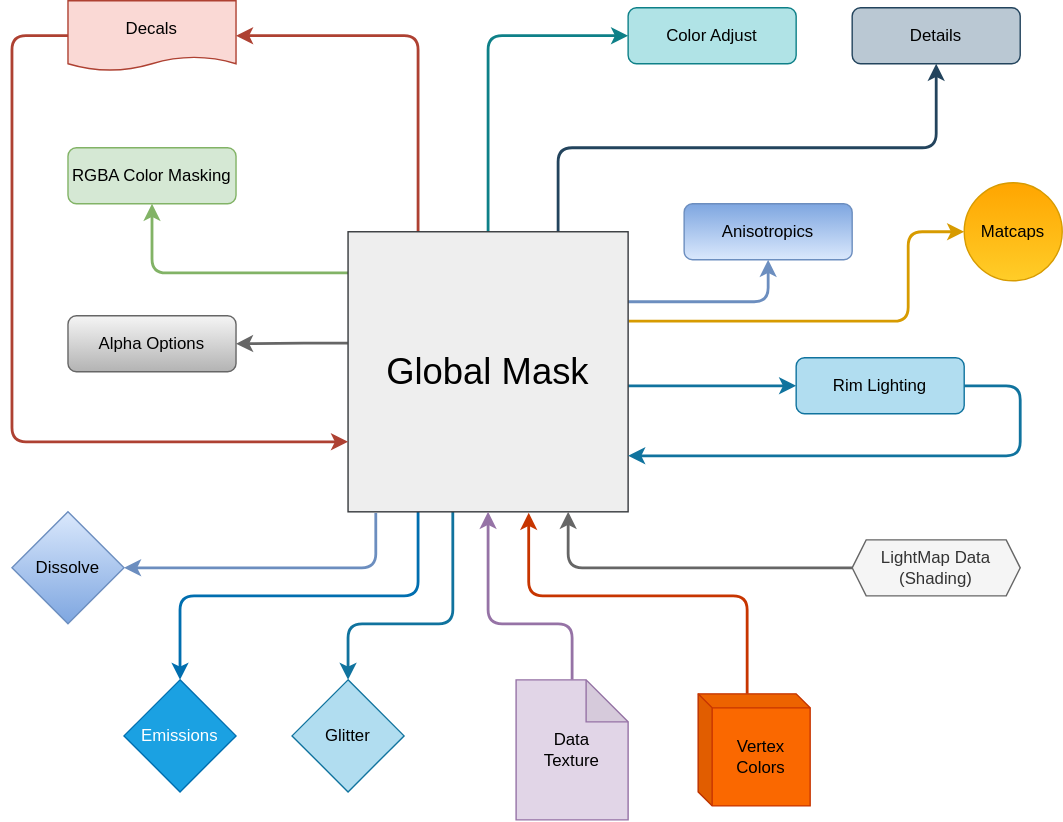
Earlier version of the draw.io export static/img/modifiers/GlobalMaskingConcept.drawio.svg (poiyomi/PoiyomiDocs). Source tidied: cells renumbered, new cells last; positions are measured from the earlier drawing's top-left corner, leaving out a move shared by most shapes. Its diagram source:
```xml
<mxGraphModel>
  <root>
    <mxCell id="0" />
    <mxCell id="1" parent="0" />
    <mxCell id="2" style="edgeStyle=orthogonalEdgeStyle;rounded=1;jettySize=auto;html=1;exitX=0.5;exitY=0;exitDx=0;exitDy=0;entryX=0;entryY=0.5;entryDx=0;entryDy=0;strokeWidth=2;fillColor=#b0e3e6;strokeColor=#0e8088;curved=0;" parent="1" edge="1" source="13" target="16">
      <mxGeometry relative="1" as="geometry" />
    </mxCell>
    <mxCell id="3" style="edgeStyle=orthogonalEdgeStyle;rounded=1;jettySize=auto;html=1;exitX=0.75;exitY=0;exitDx=0;exitDy=0;entryX=0.5;entryY=1;entryDx=0;entryDy=0;strokeWidth=2;fillColor=#bac8d3;strokeColor=#23445d;curved=0;" parent="1" edge="1" source="13" target="17">
      <mxGeometry relative="1" as="geometry" />
    </mxCell>
    <mxCell id="4" style="edgeStyle=orthogonalEdgeStyle;rounded=1;jettySize=auto;html=1;exitX=0.001;exitY=0.147;exitDx=0;exitDy=0;entryX=0.5;entryY=1;entryDx=0;entryDy=0;strokeWidth=2;exitPerimeter=0;fillColor=#d5e8d4;strokeColor=#82b366;curved=0;" parent="1" edge="1" source="13" target="15">
      <mxGeometry relative="1" as="geometry" />
    </mxCell>
    <mxCell id="5" style="edgeStyle=orthogonalEdgeStyle;rounded=1;jettySize=auto;html=1;exitX=1;exitY=0.25;exitDx=0;exitDy=0;entryX=0.5;entryY=1;entryDx=0;entryDy=0;strokeWidth=2;fillColor=#dae8fc;gradientColor=#7ea6e0;strokeColor=#6c8ebf;curved=0;" parent="1" edge="1" source="13" target="22">
      <mxGeometry relative="1" as="geometry" />
    </mxCell>
    <mxCell id="6" style="edgeStyle=orthogonalEdgeStyle;rounded=1;jettySize=auto;html=1;entryX=0;entryY=0.5;entryDx=0;entryDy=0;strokeWidth=2;fillColor=#b1ddf0;strokeColor=#10739e;curved=0;" parent="1" edge="1" source="13" target="24">
      <mxGeometry relative="1" as="geometry">
        <Array as="points">
          <mxPoint x="480" y="275" />
          <mxPoint x="480" y="275" />
        </Array>
      </mxGeometry>
    </mxCell>
    <mxCell id="7" style="edgeStyle=orthogonalEdgeStyle;rounded=1;jettySize=auto;html=1;exitX=0.25;exitY=0;exitDx=0;exitDy=0;entryX=1;entryY=0.5;entryDx=0;entryDy=0;strokeWidth=2;fillColor=#fad9d5;strokeColor=#ae4132;endArrow=classic;endFill=1;curved=0;" parent="1" edge="1" source="13" target="25">
      <mxGeometry relative="1" as="geometry" />
    </mxCell>
    <mxCell id="8" style="edgeStyle=orthogonalEdgeStyle;rounded=1;jettySize=auto;html=1;exitX=1.002;exitY=0.319;exitDx=0;exitDy=0;entryX=0;entryY=0.5;entryDx=0;entryDy=0;strokeWidth=2;exitPerimeter=0;fillColor=#ffcd28;gradientColor=#ffa500;strokeColor=#d79b00;curved=0;" parent="1" edge="1" source="13" target="26">
      <mxGeometry relative="1" as="geometry">
        <Array as="points">
          <mxPoint x="640" y="229" />
          <mxPoint x="640" y="165" />
        </Array>
      </mxGeometry>
    </mxCell>
    <mxCell id="9" style="edgeStyle=orthogonalEdgeStyle;rounded=1;jettySize=auto;html=1;exitX=0.099;exitY=1.004;exitDx=0;exitDy=0;entryX=1;entryY=0.5;entryDx=0;entryDy=0;strokeWidth=2;fillColor=#dae8fc;gradientColor=#7ea6e0;strokeColor=#6c8ebf;exitPerimeter=0;curved=0;" parent="1" edge="1" source="13" target="28">
      <mxGeometry relative="1" as="geometry" />
    </mxCell>
    <mxCell id="10" style="edgeStyle=orthogonalEdgeStyle;rounded=1;jettySize=auto;html=1;exitX=0.25;exitY=1;exitDx=0;exitDy=0;entryX=0.5;entryY=0;entryDx=0;entryDy=0;strokeWidth=2;fillColor=#1ba1e2;strokeColor=#006EAF;curved=0;" parent="1" edge="1" source="13" target="29">
      <mxGeometry relative="1" as="geometry">
        <Array as="points">
          <mxPoint x="290" y="425" />
          <mxPoint x="120" y="425" />
        </Array>
      </mxGeometry>
    </mxCell>
    <mxCell id="11" style="edgeStyle=orthogonalEdgeStyle;rounded=1;jettySize=auto;html=1;exitX=0.374;exitY=1;exitDx=0;exitDy=0;entryX=0.5;entryY=0;entryDx=0;entryDy=0;strokeWidth=2;exitPerimeter=0;fillColor=#b1ddf0;strokeColor=#10739e;curved=0;" parent="1" edge="1" source="13" target="30">
      <mxGeometry relative="1" as="geometry">
        <Array as="points">
          <mxPoint x="315" y="445" />
          <mxPoint x="240" y="445" />
        </Array>
      </mxGeometry>
    </mxCell>
    <mxCell id="12" style="edgeStyle=orthogonalEdgeStyle;rounded=1;jettySize=auto;html=1;exitX=-0.001;exitY=0.398;exitDx=0;exitDy=0;entryX=1;entryY=0.5;entryDx=0;entryDy=0;exitPerimeter=0;fillColor=#f5f5f5;gradientColor=#b3b3b3;strokeColor=#666666;strokeWidth=2;curved=0;" parent="1" edge="1" source="13" target="20">
      <mxGeometry relative="1" as="geometry" />
    </mxCell>
    <mxCell id="13" value="&lt;p&gt;&lt;font style=&quot;font-size: 26px;&quot;&gt;Global Mask&lt;/font&gt;&lt;/p&gt;" style="whiteSpace=wrap;html=1;fillColor=#eeeeee;strokeColor=#36393d;" parent="1" vertex="1">
      <mxGeometry x="240" y="165" width="200" height="200" as="geometry" />
    </mxCell>
    <mxCell id="14" style="edgeStyle=orthogonalEdgeStyle;rounded=1;jettySize=auto;html=1;entryX=0;entryY=0.75;entryDx=0;entryDy=0;strokeWidth=2;exitX=0;exitY=0.5;exitDx=0;exitDy=0;fillColor=#fad9d5;strokeColor=#ae4132;curved=0;startArrow=none;startFill=0;" parent="1" edge="1" source="25" target="13">
      <mxGeometry relative="1" as="geometry">
        <Array as="points">
          <mxPoint x="40" y="25" />
          <mxPoint y="25" />
          <mxPoint y="315" />
        </Array>
      </mxGeometry>
    </mxCell>
    <mxCell id="15" value="RGBA Color Masking" style="rounded=1;whiteSpace=wrap;html=1;fillColor=#d5e8d4;strokeColor=#82b366;" parent="1" vertex="1">
      <mxGeometry x="40" y="105" width="120" height="40" as="geometry" />
    </mxCell>
    <mxCell id="16" value="Color Adjust" style="rounded=1;whiteSpace=wrap;html=1;fillColor=#b0e3e6;strokeColor=#0e8088;" parent="1" vertex="1">
      <mxGeometry x="440" y="5" width="120" height="40" as="geometry" />
    </mxCell>
    <mxCell id="17" value="Details" style="rounded=1;whiteSpace=wrap;html=1;fillColor=#bac8d3;strokeColor=#23445d;" parent="1" vertex="1">
      <mxGeometry x="600" y="5" width="120" height="40" as="geometry" />
    </mxCell>
    <mxCell id="18" style="edgeStyle=orthogonalEdgeStyle;rounded=1;jettySize=auto;html=1;entryX=0.5;entryY=1;entryDx=0;entryDy=0;strokeWidth=2;exitX=0.5;exitY=0;exitDx=0;exitDy=0;exitPerimeter=0;fillColor=#e1d5e7;strokeColor=#9673a6;curved=0;" parent="1" edge="1" source="19" target="13">
      <mxGeometry relative="1" as="geometry">
        <Array as="points">
          <mxPoint x="400" y="445" />
          <mxPoint x="340" y="445" />
        </Array>
      </mxGeometry>
    </mxCell>
    <mxCell id="19" value="&lt;div&gt;Data&lt;/div&gt;&lt;div&gt;Texture&lt;/div&gt;" style="shape=note;whiteSpace=wrap;html=1;backgroundOutline=1;darkOpacity=0.05;fillColor=#e1d5e7;strokeColor=#9673a6;" parent="1" vertex="1">
      <mxGeometry x="360" y="485" width="80" height="100" as="geometry" />
    </mxCell>
    <mxCell id="20" value="Alpha Options" style="rounded=1;whiteSpace=wrap;html=1;fillColor=#f5f5f5;gradientColor=#b3b3b3;strokeColor=#666666;" parent="1" vertex="1">
      <mxGeometry x="40" y="225" width="120" height="40" as="geometry" />
    </mxCell>
    <mxCell id="21" style="edgeStyle=orthogonalEdgeStyle;rounded=1;jettySize=auto;html=1;entryX=0.786;entryY=0.997;entryDx=0;entryDy=0;strokeWidth=2;exitX=0;exitY=0.5;exitDx=0;exitDy=0;fillColor=#f5f5f5;strokeColor=#666666;curved=0;entryPerimeter=0;startArrow=none;startFill=0;" parent="1" edge="1" source="27">
      <mxGeometry relative="1" as="geometry">
        <mxPoint x="397.2" y="365" as="targetPoint" />
        <Array as="points">
          <mxPoint x="397" y="405" />
        </Array>
      </mxGeometry>
    </mxCell>
    <mxCell id="22" value="Anisotropics" style="rounded=1;whiteSpace=wrap;html=1;fillColor=#dae8fc;strokeColor=#6c8ebf;gradientColor=#7ea6e0;gradientDirection=north;" parent="1" vertex="1">
      <mxGeometry x="480" y="145" width="120" height="40" as="geometry" />
    </mxCell>
    <mxCell id="23" style="edgeStyle=orthogonalEdgeStyle;rounded=1;jettySize=auto;html=1;entryX=1;entryY=0.75;entryDx=0;entryDy=0;exitX=1;exitY=0.5;exitDx=0;exitDy=0;strokeWidth=2;fillColor=#b1ddf0;strokeColor=#10739e;curved=0;startArrow=none;startFill=0;" parent="1" edge="1" source="24">
      <mxGeometry relative="1" as="geometry">
        <mxPoint x="440" y="325" as="targetPoint" />
        <Array as="points">
          <mxPoint x="720" y="275" />
          <mxPoint x="720" y="325" />
        </Array>
      </mxGeometry>
    </mxCell>
    <mxCell id="24" value="Rim Lighting" style="rounded=1;whiteSpace=wrap;html=1;fillColor=#b1ddf0;strokeColor=#10739e;" parent="1" vertex="1">
      <mxGeometry x="560" y="255" width="120" height="40" as="geometry" />
    </mxCell>
    <mxCell id="25" value="Decals" style="shape=document;whiteSpace=wrap;html=1;boundedLbl=1;size=0.2;fillColor=#fad9d5;strokeColor=#ae4132;" parent="1" vertex="1">
      <mxGeometry x="40" width="120" height="50" as="geometry" />
    </mxCell>
    <mxCell id="26" value="Matcaps" style="ellipse;whiteSpace=wrap;html=1;fillColor=#ffcd28;gradientColor=#ffa500;strokeColor=#d79b00;gradientDirection=north;" parent="1" vertex="1">
      <mxGeometry x="680" y="130" width="70" height="70" as="geometry" />
    </mxCell>
    <mxCell id="27" value="&lt;div&gt;LightMap Data&lt;/div&gt;&lt;div&gt;(Shading)&lt;/div&gt;" style="shape=hexagon;perimeter=hexagonPerimeter2;whiteSpace=wrap;html=1;fixedSize=1;size=10;fillColor=#f5f5f5;strokeColor=#666666;fontColor=#333333;" parent="1" vertex="1">
      <mxGeometry x="600" y="385" width="120" height="40" as="geometry" />
    </mxCell>
    <mxCell id="28" value="Dissolve" style="rhombus;whiteSpace=wrap;html=1;fillColor=#dae8fc;gradientColor=#7ea6e0;strokeColor=#6c8ebf;" parent="1" vertex="1">
      <mxGeometry y="365" width="80" height="80" as="geometry" />
    </mxCell>
    <mxCell id="29" value="Emissions" style="rhombus;whiteSpace=wrap;html=1;fillColor=#1ba1e2;fontColor=#ffffff;strokeColor=#006EAF;" parent="1" vertex="1">
      <mxGeometry x="80" y="485" width="80" height="80" as="geometry" />
    </mxCell>
    <mxCell id="30" value="Glitter" style="rhombus;whiteSpace=wrap;html=1;fillColor=#b1ddf0;strokeColor=#10739e;" parent="1" vertex="1">
      <mxGeometry x="200" y="485" width="80" height="80" as="geometry" />
    </mxCell>
    <mxCell id="31" value="Vertex Colors" style="shape=cube;whiteSpace=wrap;html=1;boundedLbl=1;backgroundOutline=1;darkOpacity=0.05;darkOpacity2=0.1;size=10;fillColor=#fa6800;strokeColor=#C73500;fontColor=#000000;" parent="1" vertex="1">
      <mxGeometry x="490" y="495" width="80" height="80" as="geometry" />
    </mxCell>
    <mxCell id="32" style="edgeStyle=orthogonalEdgeStyle;rounded=1;jettySize=auto;html=1;exitX=0;exitY=0;exitDx=35;exitDy=0;exitPerimeter=0;entryX=0.645;entryY=1.003;entryDx=0;entryDy=0;entryPerimeter=0;strokeWidth=2;fillColor=#fa6800;strokeColor=#C73500;curved=0;" parent="1" edge="1" source="31" target="13">
      <mxGeometry relative="1" as="geometry">
        <Array as="points">
          <mxPoint x="525" y="425" />
          <mxPoint x="369" y="425" />
        </Array>
      </mxGeometry>
    </mxCell>
  </root>
</mxGraphModel>
```
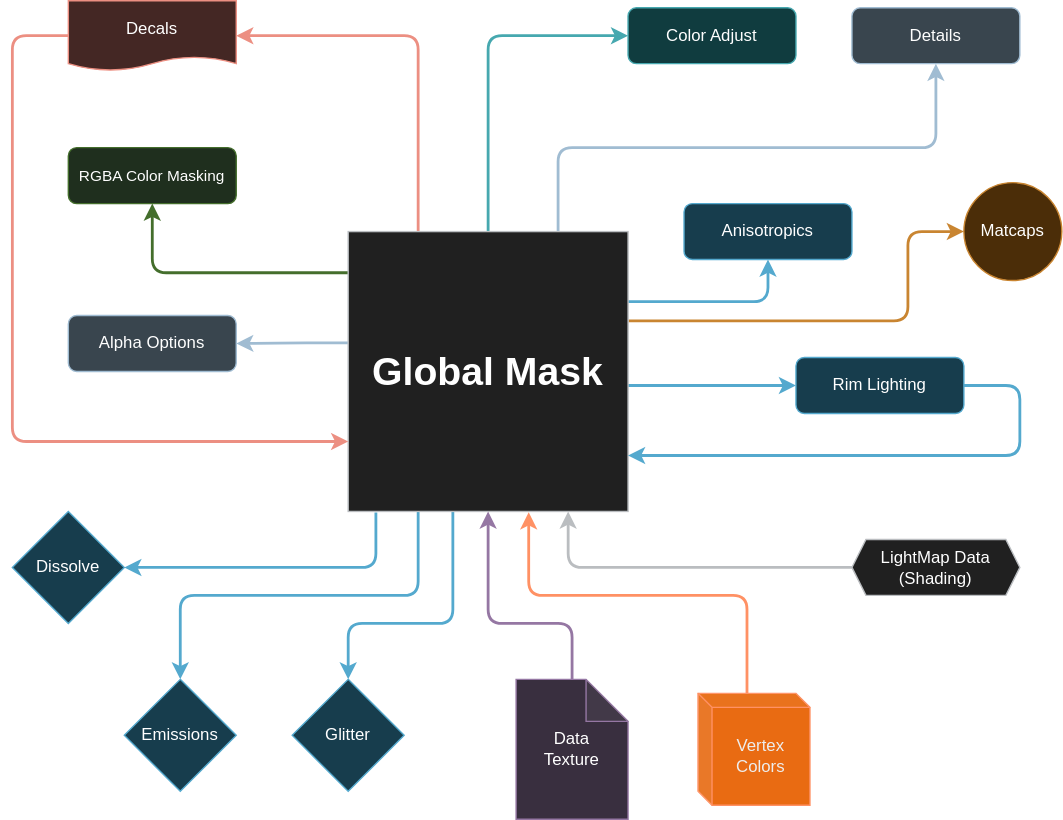
After the commit.

Commit message:
Fixed colors in diagram svg

Diff of the diagram source:
```diff
@@ -11,7 +11,7 @@
     <mxCell id="4" style="edgeStyle=orthogonalEdgeStyle;rounded=1;jettySize=auto;html=1;exitX=0.001;exitY=0.147;exitDx=0;exitDy=0;entryX=0.5;entryY=1;entryDx=0;entryDy=0;strokeWidth=2;exitPerimeter=0;fillColor=#d5e8d4;strokeColor=#82b366;curved=0;" parent="1" edge="1" source="13" target="15">
       <mxGeometry relative="1" as="geometry" />
     </mxCell>
-    <mxCell id="5" style="edgeStyle=orthogonalEdgeStyle;rounded=1;jettySize=auto;html=1;exitX=1;exitY=0.25;exitDx=0;exitDy=0;entryX=0.5;entryY=1;entryDx=0;entryDy=0;strokeWidth=2;fillColor=#dae8fc;gradientColor=#7ea6e0;strokeColor=#6c8ebf;curved=0;" parent="1" edge="1" source="13" target="22">
+    <mxCell id="5" style="edgeStyle=orthogonalEdgeStyle;rounded=1;jettySize=auto;html=1;exitX=1;exitY=0.25;exitDx=0;exitDy=0;entryX=0.5;entryY=1;entryDx=0;entryDy=0;strokeWidth=2;fillColor=#b1ddf0;strokeColor=#10739e;curved=0;" parent="1" edge="1" source="13" target="22">
       <mxGeometry relative="1" as="geometry" />
     </mxCell>
     <mxCell id="6" style="edgeStyle=orthogonalEdgeStyle;rounded=1;jettySize=auto;html=1;entryX=0;entryY=0.5;entryDx=0;entryDy=0;strokeWidth=2;fillColor=#b1ddf0;strokeColor=#10739e;curved=0;" parent="1" edge="1" source="13" target="24">
@@ -25,7 +25,7 @@
     <mxCell id="7" style="edgeStyle=orthogonalEdgeStyle;rounded=1;jettySize=auto;html=1;exitX=0.25;exitY=0;exitDx=0;exitDy=0;entryX=1;entryY=0.5;entryDx=0;entryDy=0;strokeWidth=2;fillColor=#fad9d5;strokeColor=#ae4132;endArrow=classic;endFill=1;curved=0;" parent="1" edge="1" source="13" target="25">
       <mxGeometry relative="1" as="geometry" />
     </mxCell>
-    <mxCell id="8" style="edgeStyle=orthogonalEdgeStyle;rounded=1;jettySize=auto;html=1;exitX=1.002;exitY=0.319;exitDx=0;exitDy=0;entryX=0;entryY=0.5;entryDx=0;entryDy=0;strokeWidth=2;exitPerimeter=0;fillColor=#ffcd28;gradientColor=#ffa500;strokeColor=#d79b00;curved=0;" parent="1" edge="1" source="13" target="26">
+    <mxCell id="8" style="edgeStyle=orthogonalEdgeStyle;rounded=1;jettySize=auto;html=1;exitX=1.002;exitY=0.319;exitDx=0;exitDy=0;entryX=0;entryY=0.5;entryDx=0;entryDy=0;strokeWidth=2;exitPerimeter=0;fillColor=#fad7ac;strokeColor=#b46504;curved=0;" parent="1" edge="1" source="13" target="26">
       <mxGeometry relative="1" as="geometry">
         <Array as="points">
           <mxPoint x="640" y="229" />
@@ -33,10 +33,10 @@
         </Array>
       </mxGeometry>
     </mxCell>
-    <mxCell id="9" style="edgeStyle=orthogonalEdgeStyle;rounded=1;jettySize=auto;html=1;exitX=0.099;exitY=1.004;exitDx=0;exitDy=0;entryX=1;entryY=0.5;entryDx=0;entryDy=0;strokeWidth=2;fillColor=#dae8fc;gradientColor=#7ea6e0;strokeColor=#6c8ebf;exitPerimeter=0;curved=0;" parent="1" edge="1" source="13" target="28">
+    <mxCell id="9" style="edgeStyle=orthogonalEdgeStyle;rounded=1;jettySize=auto;html=1;exitX=0.099;exitY=1.004;exitDx=0;exitDy=0;entryX=1;entryY=0.5;entryDx=0;entryDy=0;strokeWidth=2;fillColor=#b1ddf0;strokeColor=#10739e;exitPerimeter=0;curved=0;" parent="1" edge="1" source="13" target="28">
       <mxGeometry relative="1" as="geometry" />
     </mxCell>
-    <mxCell id="10" style="edgeStyle=orthogonalEdgeStyle;rounded=1;jettySize=auto;html=1;exitX=0.25;exitY=1;exitDx=0;exitDy=0;entryX=0.5;entryY=0;entryDx=0;entryDy=0;strokeWidth=2;fillColor=#1ba1e2;strokeColor=#006EAF;curved=0;" parent="1" edge="1" source="13" target="29">
+    <mxCell id="10" style="edgeStyle=orthogonalEdgeStyle;rounded=1;jettySize=auto;html=1;exitX=0.25;exitY=1;exitDx=0;exitDy=0;entryX=0.5;entryY=0;entryDx=0;entryDy=0;strokeWidth=2;fillColor=#b1ddf0;strokeColor=#10739e;curved=0;" parent="1" edge="1" source="13" target="29">
       <mxGeometry relative="1" as="geometry">
         <Array as="points">
           <mxPoint x="290" y="425" />
@@ -52,10 +52,10 @@
         </Array>
       </mxGeometry>
     </mxCell>
-    <mxCell id="12" style="edgeStyle=orthogonalEdgeStyle;rounded=1;jettySize=auto;html=1;exitX=-0.001;exitY=0.398;exitDx=0;exitDy=0;entryX=1;entryY=0.5;entryDx=0;entryDy=0;exitPerimeter=0;fillColor=#f5f5f5;gradientColor=#b3b3b3;strokeColor=#666666;strokeWidth=2;curved=0;" parent="1" edge="1" source="13" target="20">
+    <mxCell id="12" style="edgeStyle=orthogonalEdgeStyle;rounded=1;jettySize=auto;html=1;exitX=-0.001;exitY=0.398;exitDx=0;exitDy=0;entryX=1;entryY=0.5;entryDx=0;entryDy=0;exitPerimeter=0;fillColor=#bac8d3;strokeColor=#23445d;strokeWidth=2;curved=0;" parent="1" edge="1" source="13" target="20">
       <mxGeometry relative="1" as="geometry" />
     </mxCell>
-    <mxCell id="13" value="&lt;p&gt;&lt;font style=&quot;font-size: 26px;&quot;&gt;Global Mask&lt;/font&gt;&lt;/p&gt;" style="whiteSpace=wrap;html=1;fillColor=#eeeeee;strokeColor=#36393d;" parent="1" vertex="1">
+    <mxCell id="13" value="&lt;p align=&quot;center&quot;&gt;&lt;font style=&quot;font-size: 28px;&quot;&gt;&lt;b&gt;Global Mask&lt;/b&gt;&lt;/font&gt;&lt;/p&gt;" style="html=1;fillColor=#eeeeee;strokeColor=#36393d;align=center;spacing=2;whiteSpace=wrap;verticalAlign=middle;" parent="1" vertex="1">
       <mxGeometry x="240" y="165" width="200" height="200" as="geometry" />
     </mxCell>
     <mxCell id="14" style="edgeStyle=orthogonalEdgeStyle;rounded=1;jettySize=auto;html=1;entryX=0;entryY=0.75;entryDx=0;entryDy=0;strokeWidth=2;exitX=0;exitY=0.5;exitDx=0;exitDy=0;fillColor=#fad9d5;strokeColor=#ae4132;curved=0;startArrow=none;startFill=0;" parent="1" edge="1" source="25" target="13">
@@ -67,10 +67,10 @@
         </Array>
       </mxGeometry>
     </mxCell>
-    <mxCell id="15" value="RGBA Color Masking" style="rounded=1;whiteSpace=wrap;html=1;fillColor=#d5e8d4;strokeColor=#82b366;" parent="1" vertex="1">
+    <mxCell id="15" value="RGBA Color Masking" style="rounded=1;whiteSpace=wrap;html=1;fillColor=#d5e8d4;strokeColor=#82b366;fontSize=11;" parent="1" vertex="1">
       <mxGeometry x="40" y="105" width="120" height="40" as="geometry" />
     </mxCell>
-    <mxCell id="16" value="Color Adjust" style="rounded=1;whiteSpace=wrap;html=1;fillColor=#b0e3e6;strokeColor=#0e8088;" parent="1" vertex="1">
+    <mxCell id="16" value="Color Adjust" style="rounded=1;whiteSpace=wrap;html=1;fillColor=#b0e3e6;strokeColor=#0e8088;fillStyle=auto;" parent="1" vertex="1">
       <mxGeometry x="440" y="5" width="120" height="40" as="geometry" />
     </mxCell>
     <mxCell id="17" value="Details" style="rounded=1;whiteSpace=wrap;html=1;fillColor=#bac8d3;strokeColor=#23445d;" parent="1" vertex="1">
@@ -87,10 +87,10 @@
     <mxCell id="19" value="&lt;div&gt;Data&lt;/div&gt;&lt;div&gt;Texture&lt;/div&gt;" style="shape=note;whiteSpace=wrap;html=1;backgroundOutline=1;darkOpacity=0.05;fillColor=#e1d5e7;strokeColor=#9673a6;" parent="1" vertex="1">
       <mxGeometry x="360" y="485" width="80" height="100" as="geometry" />
     </mxCell>
-    <mxCell id="20" value="Alpha Options" style="rounded=1;whiteSpace=wrap;html=1;fillColor=#f5f5f5;gradientColor=#b3b3b3;strokeColor=#666666;" parent="1" vertex="1">
+    <mxCell id="20" value="Alpha Options" style="rounded=1;whiteSpace=wrap;html=1;fillColor=#bac8d3;strokeColor=#23445d;" parent="1" vertex="1">
       <mxGeometry x="40" y="225" width="120" height="40" as="geometry" />
     </mxCell>
-    <mxCell id="21" style="edgeStyle=orthogonalEdgeStyle;rounded=1;jettySize=auto;html=1;entryX=0.786;entryY=0.997;entryDx=0;entryDy=0;strokeWidth=2;exitX=0;exitY=0.5;exitDx=0;exitDy=0;fillColor=#f5f5f5;strokeColor=#666666;curved=0;entryPerimeter=0;startArrow=none;startFill=0;" parent="1" edge="1" source="27">
+    <mxCell id="21" style="edgeStyle=orthogonalEdgeStyle;rounded=1;jettySize=auto;html=1;entryX=0.786;entryY=0.997;entryDx=0;entryDy=0;strokeWidth=2;exitX=0;exitY=0.5;exitDx=0;exitDy=0;curved=0;entryPerimeter=0;startArrow=none;startFill=0;fillColor=#eeeeee;strokeColor=#36393d;" parent="1" edge="1" source="27">
       <mxGeometry relative="1" as="geometry">
         <mxPoint x="397.2" y="365" as="targetPoint" />
         <Array as="points">
@@ -98,7 +98,7 @@
         </Array>
       </mxGeometry>
     </mxCell>
-    <mxCell id="22" value="Anisotropics" style="rounded=1;whiteSpace=wrap;html=1;fillColor=#dae8fc;strokeColor=#6c8ebf;gradientColor=#7ea6e0;gradientDirection=north;" parent="1" vertex="1">
+    <mxCell id="22" value="Anisotropics" style="rounded=1;whiteSpace=wrap;html=1;gradientDirection=north;fillColor=#b1ddf0;strokeColor=#10739e;" parent="1" vertex="1">
       <mxGeometry x="480" y="145" width="120" height="40" as="geometry" />
     </mxCell>
     <mxCell id="23" style="edgeStyle=orthogonalEdgeStyle;rounded=1;jettySize=auto;html=1;entryX=1;entryY=0.75;entryDx=0;entryDy=0;exitX=1;exitY=0.5;exitDx=0;exitDy=0;strokeWidth=2;fillColor=#b1ddf0;strokeColor=#10739e;curved=0;startArrow=none;startFill=0;" parent="1" edge="1" source="24">
@@ -116,16 +116,16 @@
     <mxCell id="25" value="Decals" style="shape=document;whiteSpace=wrap;html=1;boundedLbl=1;size=0.2;fillColor=#fad9d5;strokeColor=#ae4132;" parent="1" vertex="1">
       <mxGeometry x="40" width="120" height="50" as="geometry" />
     </mxCell>
-    <mxCell id="26" value="Matcaps" style="ellipse;whiteSpace=wrap;html=1;fillColor=#ffcd28;gradientColor=#ffa500;strokeColor=#d79b00;gradientDirection=north;" parent="1" vertex="1">
+    <mxCell id="26" value="Matcaps" style="ellipse;whiteSpace=wrap;html=1;fillColor=#fad7ac;strokeColor=#b46504;gradientDirection=north;" parent="1" vertex="1">
       <mxGeometry x="680" y="130" width="70" height="70" as="geometry" />
     </mxCell>
-    <mxCell id="27" value="&lt;div&gt;LightMap Data&lt;/div&gt;&lt;div&gt;(Shading)&lt;/div&gt;" style="shape=hexagon;perimeter=hexagonPerimeter2;whiteSpace=wrap;html=1;fixedSize=1;size=10;fillColor=#f5f5f5;strokeColor=#666666;fontColor=#333333;" parent="1" vertex="1">
+    <mxCell id="27" value="&lt;div&gt;LightMap Data&lt;/div&gt;&lt;div&gt;(Shading)&lt;/div&gt;" style="shape=hexagon;perimeter=hexagonPerimeter2;whiteSpace=wrap;html=1;fixedSize=1;size=10;fillColor=#eeeeee;strokeColor=#36393d;" parent="1" vertex="1">
       <mxGeometry x="600" y="385" width="120" height="40" as="geometry" />
     </mxCell>
-    <mxCell id="28" value="Dissolve" style="rhombus;whiteSpace=wrap;html=1;fillColor=#dae8fc;gradientColor=#7ea6e0;strokeColor=#6c8ebf;" parent="1" vertex="1">
+    <mxCell id="28" value="Dissolve" style="rhombus;whiteSpace=wrap;html=1;fillColor=#b1ddf0;strokeColor=#10739e;" parent="1" vertex="1">
       <mxGeometry y="365" width="80" height="80" as="geometry" />
     </mxCell>
-    <mxCell id="29" value="Emissions" style="rhombus;whiteSpace=wrap;html=1;fillColor=#1ba1e2;fontColor=#ffffff;strokeColor=#006EAF;" parent="1" vertex="1">
+    <mxCell id="29" value="Emissions" style="rhombus;whiteSpace=wrap;html=1;fillColor=#b1ddf0;strokeColor=#10739e;" parent="1" vertex="1">
       <mxGeometry x="80" y="485" width="80" height="80" as="geometry" />
     </mxCell>
     <mxCell id="30" value="Glitter" style="rhombus;whiteSpace=wrap;html=1;fillColor=#b1ddf0;strokeColor=#10739e;" parent="1" vertex="1">
```
